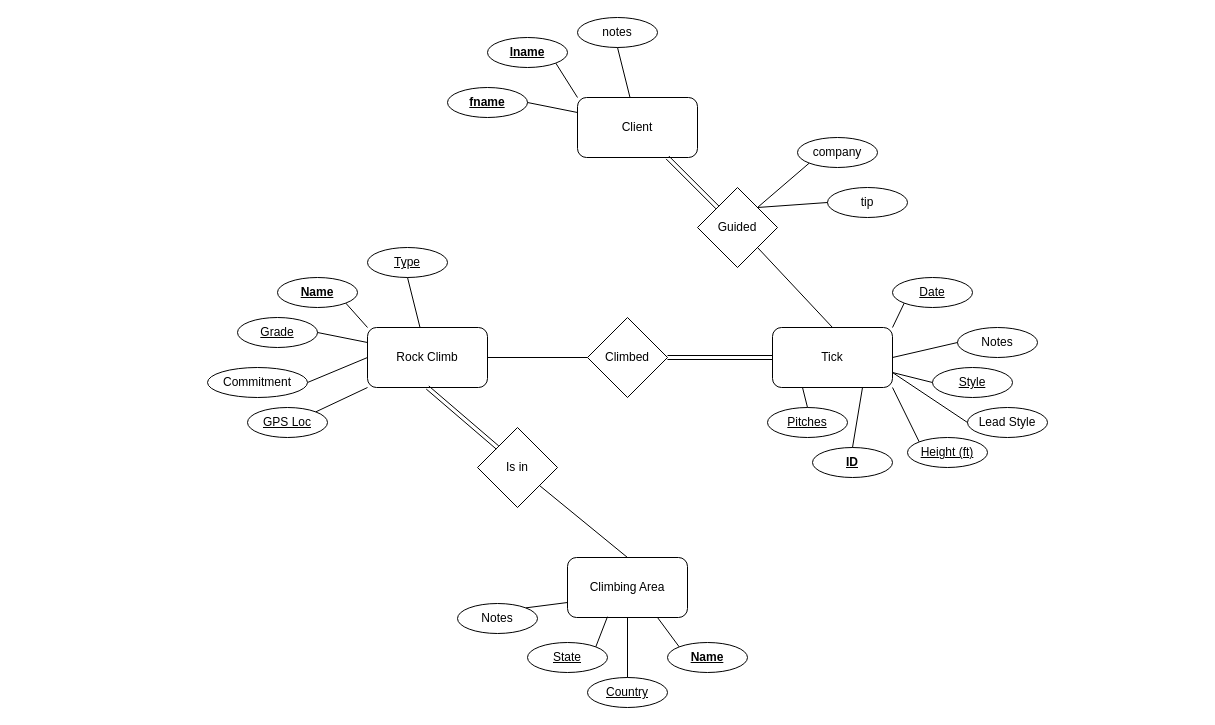
Above: ticks-db.drawio in achiquit/ticks-db (draw.io), before the change. Source tidied: cells renumbered, new cells numbered last; positions are measured from the earlier drawing's top-left corner, leaving out a move shared by most shapes. Both pictures are drawn from the tidied source at 100%, with x=0, y=0 at pixel (207, 17).
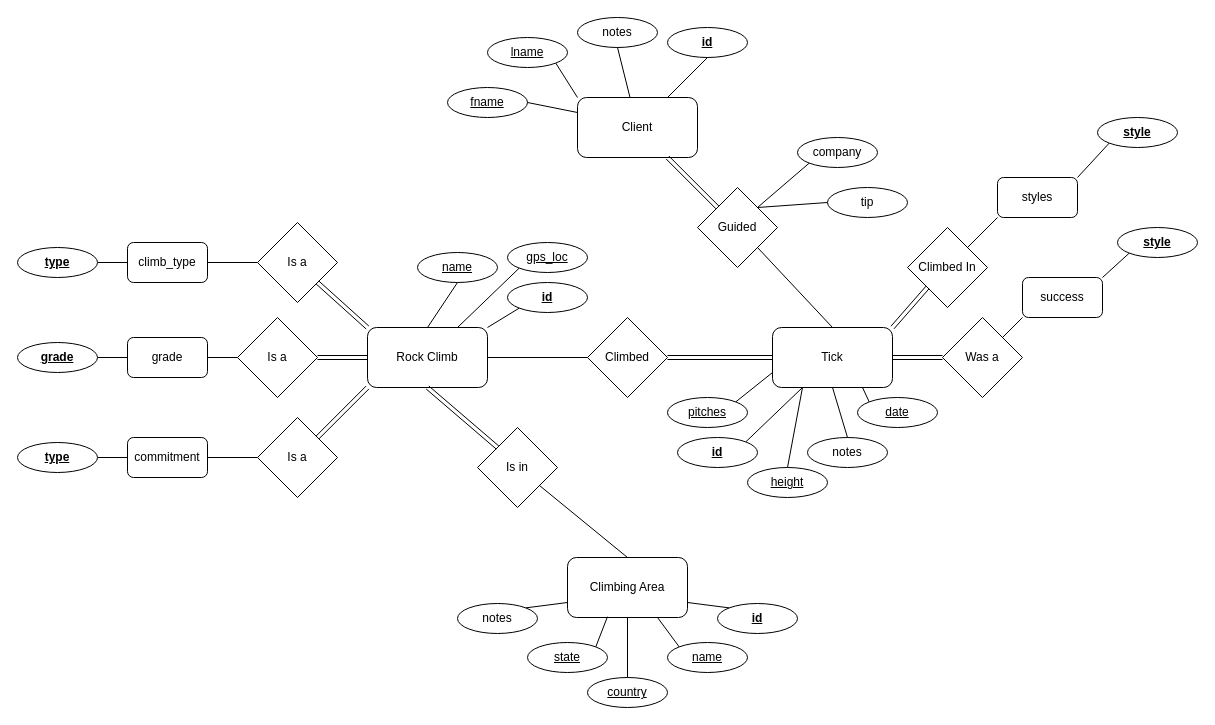
The same diagram, later.

Unchanged cells that the change refers to:
```xml
<mxCell id="2" value="Tick" style="rounded=1;whiteSpace=wrap;html=1;" parent="1" vertex="1">
  <mxGeometry x="565" y="310" width="120" height="60" as="geometry" />
</mxCell>
<mxCell id="3" value="Climbing Area" style="rounded=1;whiteSpace=wrap;html=1;" parent="1" vertex="1">
  <mxGeometry x="360" y="540" width="120" height="60" as="geometry" />
</mxCell>
<mxCell id="4" value="Rock Climb" style="rounded=1;whiteSpace=wrap;html=1;" parent="1" vertex="1">
  <mxGeometry x="160" y="310" width="120" height="60" as="geometry" />
</mxCell>
<mxCell id="29" value="Client" style="rounded=1;whiteSpace=wrap;html=1;" parent="1" vertex="1">
  <mxGeometry x="370" y="80" width="120" height="60" as="geometry" />
</mxCell>
```

The edit, as a diff of the source:
```diff
@@
-    <mxCell id="9" value="&lt;u style=&quot;&quot;&gt;Name&lt;/u&gt;" style="ellipse;whiteSpace=wrap;html=1;fontStyle=1;" parent="1" vertex="1">
-      <mxGeometry x="70" y="260" width="80" height="30" as="geometry" />
+    <mxCell id="9" value="&lt;u style=&quot;&quot;&gt;name&lt;/u&gt;" style="ellipse;whiteSpace=wrap;html=1;fontStyle=0;" parent="1" vertex="1">
+      <mxGeometry x="210" y="235" width="80" height="30" as="geometry" />
     </mxCell>
-    <mxCell id="10" value="&lt;u&gt;Grade&lt;/u&gt;" style="ellipse;whiteSpace=wrap;html=1;" parent="1" vertex="1">
-      <mxGeometry x="30" y="300" width="80" height="30" as="geometry" />
-    </mxCell>
-    <mxCell id="11" value="&lt;u&gt;Height (ft)&lt;/u&gt;" style="ellipse;whiteSpace=wrap;html=1;" parent="1" vertex="1">
-      <mxGeometry x="700" y="420" width="80" height="30" as="geometry" />
+    <mxCell id="11" value="&lt;u&gt;height&lt;/u&gt;" style="ellipse;whiteSpace=wrap;html=1;" parent="1" vertex="1">
+      <mxGeometry x="540" y="450" width="80" height="30" as="geometry" />
     </mxCell>
-    <mxCell id="12" value="&lt;u&gt;Type&lt;/u&gt;" style="ellipse;whiteSpace=wrap;html=1;" parent="1" vertex="1">
-      <mxGeometry x="160" y="230" width="80" height="30" as="geometry" />
-    </mxCell>
-    <mxCell id="13" value="&lt;u&gt;GPS Loc&lt;/u&gt;" style="ellipse;whiteSpace=wrap;html=1;" parent="1" vertex="1">
-      <mxGeometry x="40" y="390" width="80" height="30" as="geometry" />
+    <mxCell id="13" value="&lt;u&gt;gps_loc&lt;/u&gt;" style="ellipse;whiteSpace=wrap;html=1;" parent="1" vertex="1">
+      <mxGeometry x="300" y="225" width="80" height="30" as="geometry" />
     </mxCell>
-    <mxCell id="14" value="&lt;u&gt;State&lt;/u&gt;" style="ellipse;whiteSpace=wrap;html=1;" parent="1" vertex="1">
+    <mxCell id="14" value="&lt;u&gt;state&lt;/u&gt;" style="ellipse;whiteSpace=wrap;html=1;" parent="1" vertex="1">
       <mxGeometry x="320" y="625" width="80" height="30" as="geometry" />
     </mxCell>
-    <mxCell id="15" value="&lt;u&gt;Country&lt;/u&gt;" style="ellipse;whiteSpace=wrap;html=1;" parent="1" vertex="1">
+    <mxCell id="15" value="&lt;u&gt;country&lt;/u&gt;" style="ellipse;whiteSpace=wrap;html=1;" parent="1" vertex="1">
       <mxGeometry x="380" y="660" width="80" height="30" as="geometry" />
     </mxCell>
-    <mxCell id="16" value="&lt;u&gt;Date&lt;/u&gt;" style="ellipse;whiteSpace=wrap;html=1;" parent="1" vertex="1">
-      <mxGeometry x="685" y="260" width="80" height="30" as="geometry" />
+    <mxCell id="16" value="&lt;u&gt;date&lt;/u&gt;" style="ellipse;whiteSpace=wrap;html=1;" parent="1" vertex="1">
+      <mxGeometry x="650" y="380" width="80" height="30" as="geometry" />
     </mxCell>
-    <mxCell id="17" value="Notes" style="ellipse;whiteSpace=wrap;html=1;" parent="1" vertex="1">
-      <mxGeometry x="750" y="310" width="80" height="30" as="geometry" />
+    <mxCell id="17" value="notes" style="ellipse;whiteSpace=wrap;html=1;" parent="1" vertex="1">
+      <mxGeometry x="600" y="420" width="80" height="30" as="geometry" />
     </mxCell>
-    <mxCell id="18" value="Lead Style" style="ellipse;whiteSpace=wrap;html=1;" parent="1" vertex="1">
-      <mxGeometry x="760" y="390" width="80" height="30" as="geometry" />
-    </mxCell>
-    <mxCell id="19" style="endArrow=none;html=1;rounded=0;entryX=0.5;entryY=1;entryDx=0;entryDy=0;" parent="1" edge="1" source="4" target="12">
-      <mxGeometry relative="1" as="geometry" />
-    </mxCell>
@@
-    <mxCell id="22" style="endArrow=none;html=1;rounded=0;entryX=0;entryY=1;entryDx=0;entryDy=0;exitX=1;exitY=0;exitDx=0;exitDy=0;" parent="1" edge="1" source="13" target="4">
+    <mxCell id="22" style="endArrow=none;html=1;rounded=0;entryX=0.75;entryY=0;entryDx=0;entryDy=0;exitX=0;exitY=1;exitDx=0;exitDy=0;" parent="1" edge="1" source="13" target="4">
       <mxGeometry relative="1" as="geometry" />
     </mxCell>
-    <mxCell id="23" style="endArrow=none;html=1;rounded=0;entryX=0;entryY=0;entryDx=0;entryDy=0;exitX=1;exitY=1;exitDx=0;exitDy=0;" parent="1" edge="1" source="2" target="11">
+    <mxCell id="23" style="endArrow=none;html=1;rounded=0;entryX=0.5;entryY=0;entryDx=0;entryDy=0;exitX=0.25;exitY=1;exitDx=0;exitDy=0;" parent="1" edge="1" source="2" target="11">
       <mxGeometry relative="1" as="geometry" />
     </mxCell>
-    <mxCell id="24" style="endArrow=none;html=1;rounded=0;entryX=0;entryY=0.5;entryDx=0;entryDy=0;exitX=1;exitY=0.75;exitDx=0;exitDy=0;" parent="1" edge="1" source="2" target="18">
-      <mxGeometry relative="1" as="geometry" />
-    </mxCell>
-    <mxCell id="25" style="endArrow=none;html=1;rounded=0;entryX=0;entryY=0.5;entryDx=0;entryDy=0;exitX=1;exitY=0.5;exitDx=0;exitDy=0;" parent="1" edge="1" source="2" target="17">
+    <mxCell id="25" style="endArrow=none;html=1;rounded=0;entryX=0.5;entryY=0;entryDx=0;entryDy=0;exitX=0.5;exitY=1;exitDx=0;exitDy=0;" parent="1" edge="1" source="2" target="17">
       <mxGeometry relative="1" as="geometry" />
     </mxCell>
-    <mxCell id="26" style="endArrow=none;html=1;rounded=0;entryX=0;entryY=1;entryDx=0;entryDy=0;exitX=1;exitY=0;exitDx=0;exitDy=0;" parent="1" edge="1" source="2" target="16">
+    <mxCell id="26" style="endArrow=none;html=1;rounded=0;entryX=0;entryY=0;entryDx=0;entryDy=0;exitX=0.75;exitY=1;exitDx=0;exitDy=0;" parent="1" edge="1" source="2" target="16">
       <mxGeometry relative="1" as="geometry" />
     </mxCell>
-    <mxCell id="27" style="endArrow=none;html=1;rounded=0;entryX=1;entryY=0.5;entryDx=0;entryDy=0;exitX=0;exitY=0.25;exitDx=0;exitDy=0;" parent="1" edge="1" source="4" target="10">
-      <mxGeometry relative="1" as="geometry" />
-    </mxCell>
-    <mxCell id="28" style="endArrow=none;html=1;rounded=0;entryX=1;entryY=1;entryDx=0;entryDy=0;exitX=0;exitY=0;exitDx=0;exitDy=0;" parent="1" edge="1" source="4" target="9">
+    <mxCell id="28" style="endArrow=none;html=1;rounded=0;entryX=0.5;entryY=1;entryDx=0;entryDy=0;exitX=0.5;exitY=0;exitDx=0;exitDy=0;" parent="1" edge="1" source="4" target="9">
       <mxGeometry relative="1" as="geometry" />
     </mxCell>
@@
-    <mxCell id="31" value="&lt;u&gt;&lt;b&gt;lname&lt;/b&gt;&lt;/u&gt;" style="ellipse;whiteSpace=wrap;html=1;" parent="1" vertex="1">
+    <mxCell id="31" value="&lt;u&gt;&lt;span style=&quot;font-weight: normal;&quot;&gt;lname&lt;/span&gt;&lt;/u&gt;" style="ellipse;whiteSpace=wrap;html=1;fontStyle=1;" parent="1" vertex="1">
       <mxGeometry x="280" y="20" width="80" height="30" as="geometry" />
     </mxCell>
-    <mxCell id="32" value="&lt;u&gt;&lt;b&gt;fname&lt;/b&gt;&lt;/u&gt;" style="ellipse;whiteSpace=wrap;html=1;" parent="1" vertex="1">
+    <mxCell id="32" value="&lt;u&gt;fname&lt;/u&gt;" style="ellipse;whiteSpace=wrap;html=1;" parent="1" vertex="1">
       <mxGeometry x="240" y="70" width="80" height="30" as="geometry" />
     </mxCell>
@@
-    <mxCell id="45" style="endArrow=none;html=1;rounded=0;entryX=1;entryY=0.5;entryDx=0;entryDy=0;exitX=0;exitY=0.5;exitDx=0;exitDy=0;" parent="1" edge="1" source="4" target="46">
-      <mxGeometry relative="1" as="geometry" />
-    </mxCell>
-    <mxCell id="46" value="Commitment" style="ellipse;whiteSpace=wrap;html=1;" parent="1" vertex="1">
-      <mxGeometry y="350" width="100" height="30" as="geometry" />
-    </mxCell>
-    <mxCell id="47" value="&lt;b&gt;&lt;u&gt;Name&lt;/u&gt;&lt;/b&gt;" style="ellipse;whiteSpace=wrap;html=1;" parent="1" vertex="1">
+    <mxCell id="47" value="&lt;span style=&quot;font-weight: normal;&quot;&gt;&lt;u&gt;name&lt;/u&gt;&lt;/span&gt;" style="ellipse;whiteSpace=wrap;html=1;fontStyle=1;" parent="1" vertex="1">
       <mxGeometry x="460" y="625" width="80" height="30" as="geometry" />
     </mxCell>
@@
-    <mxCell id="49" value="&lt;u&gt;&lt;b&gt;ID&lt;/b&gt;&lt;/u&gt;" style="ellipse;whiteSpace=wrap;html=1;" parent="1" vertex="1">
-      <mxGeometry x="605" y="430" width="80" height="30" as="geometry" />
+    <mxCell id="49" value="&lt;u&gt;&lt;b&gt;id&lt;/b&gt;&lt;/u&gt;" style="ellipse;whiteSpace=wrap;html=1;" parent="1" vertex="1">
+      <mxGeometry x="470" y="420" width="80" height="30" as="geometry" />
     </mxCell>
-    <mxCell id="50" style="endArrow=none;html=1;rounded=0;entryX=0.5;entryY=0;entryDx=0;entryDy=0;exitX=0.75;exitY=1;exitDx=0;exitDy=0;" parent="1" edge="1" source="2" target="49">
+    <mxCell id="50" style="endArrow=none;html=1;rounded=0;entryX=1;entryY=0;entryDx=0;entryDy=0;exitX=0.25;exitY=1;exitDx=0;exitDy=0;" parent="1" edge="1" source="2" target="49">
       <mxGeometry relative="1" as="geometry" />
     </mxCell>
-    <mxCell id="51" value="&lt;u&gt;Pitches&lt;/u&gt;" style="ellipse;whiteSpace=wrap;html=1;" parent="1" vertex="1">
-      <mxGeometry x="560" y="390" width="80" height="30" as="geometry" />
+    <mxCell id="51" value="&lt;u&gt;pitches&lt;/u&gt;" style="ellipse;whiteSpace=wrap;html=1;" parent="1" vertex="1">
+      <mxGeometry x="460" y="380" width="80" height="30" as="geometry" />
     </mxCell>
-    <mxCell id="52" style="endArrow=none;html=1;rounded=0;entryX=0.5;entryY=0;entryDx=0;entryDy=0;exitX=0.25;exitY=1;exitDx=0;exitDy=0;" parent="1" edge="1" source="2" target="51">
+    <mxCell id="52" style="endArrow=none;html=1;rounded=0;entryX=1;entryY=0;entryDx=0;entryDy=0;exitX=0;exitY=0.75;exitDx=0;exitDy=0;" parent="1" edge="1" source="2" target="51">
       <mxGeometry relative="1" as="geometry" />
     </mxCell>
-    <mxCell id="53" value="&lt;u&gt;Style&lt;/u&gt;" style="ellipse;whiteSpace=wrap;html=1;" parent="1" vertex="1">
-      <mxGeometry x="725" y="350" width="80" height="30" as="geometry" />
-    </mxCell>
-    <mxCell id="54" style="endArrow=none;html=1;rounded=0;entryX=0;entryY=0.5;entryDx=0;entryDy=0;exitX=1;exitY=0.75;exitDx=0;exitDy=0;" parent="1" edge="1" source="2" target="53">
-      <mxGeometry relative="1" as="geometry" />
-    </mxCell>
-    <mxCell id="55" value="Notes" style="ellipse;whiteSpace=wrap;html=1;" parent="1" vertex="1">
+    <mxCell id="55" value="notes" style="ellipse;whiteSpace=wrap;html=1;" parent="1" vertex="1">
       <mxGeometry x="250" y="586" width="80" height="30" as="geometry" />
     </mxCell>
@@
+    <mxCell id="57" value="&lt;b style=&quot;&quot;&gt;&lt;u&gt;id&lt;/u&gt;&lt;/b&gt;" style="ellipse;whiteSpace=wrap;html=1;" parent="1" vertex="1">
+      <mxGeometry x="460" y="10" width="80" height="30" as="geometry" />
+    </mxCell>
+    <mxCell id="58" style="endArrow=none;html=1;rounded=0;entryX=0.5;entryY=1;entryDx=0;entryDy=0;exitX=0.75;exitY=0;exitDx=0;exitDy=0;" parent="1" edge="1" source="29" target="57">
+      <mxGeometry relative="1" as="geometry" />
+    </mxCell>
+    <mxCell id="59" value="&lt;b&gt;&lt;u&gt;id&lt;/u&gt;&lt;/b&gt;" style="ellipse;whiteSpace=wrap;html=1;" parent="1" vertex="1">
+      <mxGeometry x="300" y="265" width="80" height="30" as="geometry" />
+    </mxCell>
+    <mxCell id="60" style="endArrow=none;html=1;rounded=0;entryX=0;entryY=1;entryDx=0;entryDy=0;exitX=1;exitY=0;exitDx=0;exitDy=0;" parent="1" edge="1" source="4" target="59">
+      <mxGeometry relative="1" as="geometry" />
+    </mxCell>
+    <mxCell id="61" value="&lt;u style=&quot;&quot;&gt;id&lt;/u&gt;" style="ellipse;whiteSpace=wrap;html=1;fontStyle=1;" parent="1" vertex="1">
+      <mxGeometry x="510" y="586" width="80" height="30" as="geometry" />
+    </mxCell>
+    <mxCell id="62" style="endArrow=none;html=1;rounded=0;entryX=0;entryY=0;entryDx=0;entryDy=0;exitX=1;exitY=0.75;exitDx=0;exitDy=0;" parent="1" edge="1" source="3" target="61">
+      <mxGeometry relative="1" as="geometry" />
+    </mxCell>
+    <mxCell id="63" value="Climbed In" style="rhombus;whiteSpace=wrap;html=1;" parent="1" vertex="1">
+      <mxGeometry x="700" y="210" width="80" height="80" as="geometry" />
+    </mxCell>
+    <mxCell id="64" style="shape=link;html=1;rounded=0;entryX=1;entryY=0;entryDx=0;entryDy=0;exitX=0;exitY=1;exitDx=0;exitDy=0;" parent="1" edge="1" source="63" target="2">
+      <mxGeometry relative="1" as="geometry" />
+    </mxCell>
+    <mxCell id="65" value="styles" style="rounded=1;whiteSpace=wrap;html=1;" parent="1" vertex="1">
+      <mxGeometry x="790" y="160" width="80" height="40" as="geometry" />
+    </mxCell>
+    <mxCell id="66" style="endArrow=none;html=1;rounded=0;exitX=1;exitY=0;exitDx=0;exitDy=0;entryX=0;entryY=1;entryDx=0;entryDy=0;" parent="1" edge="1" source="63" target="65">
+      <mxGeometry relative="1" as="geometry" />
+    </mxCell>
+    <mxCell id="67" value="&lt;b&gt;&lt;u&gt;style&lt;/u&gt;&lt;/b&gt;" style="ellipse;whiteSpace=wrap;html=1;" parent="1" vertex="1">
+      <mxGeometry x="890" y="100" width="80" height="30" as="geometry" />
+    </mxCell>
+    <mxCell id="68" style="endArrow=none;html=1;rounded=0;entryX=0;entryY=1;entryDx=0;entryDy=0;exitX=0.75;exitY=0;exitDx=0;exitDy=0;" parent="1" edge="1" target="67">
+      <mxGeometry relative="1" as="geometry">
+        <mxPoint x="870" y="160" as="sourcePoint" />
+      </mxGeometry>
+    </mxCell>
+    <mxCell id="69" value="Was a" style="rhombus;whiteSpace=wrap;html=1;" parent="1" vertex="1">
+      <mxGeometry x="735" y="300" width="80" height="80" as="geometry" />
+    </mxCell>
+    <mxCell id="70" style="shape=link;html=1;rounded=0;entryX=1;entryY=0.5;entryDx=0;entryDy=0;exitX=0;exitY=0.5;exitDx=0;exitDy=0;" parent="1" edge="1" source="69" target="2">
+      <mxGeometry relative="1" as="geometry" />
+    </mxCell>
+    <mxCell id="71" value="success" style="rounded=1;whiteSpace=wrap;html=1;" parent="1" vertex="1">
+      <mxGeometry x="815" y="260" width="80" height="40" as="geometry" />
+    </mxCell>
+    <mxCell id="72" style="endArrow=none;html=1;rounded=0;exitX=1;exitY=0;exitDx=0;exitDy=0;entryX=0;entryY=1;entryDx=0;entryDy=0;" parent="1" edge="1" source="69" target="71">
+      <mxGeometry relative="1" as="geometry" />
+    </mxCell>
+    <mxCell id="73" value="&lt;b&gt;&lt;u&gt;style&lt;/u&gt;&lt;/b&gt;" style="ellipse;whiteSpace=wrap;html=1;" parent="1" vertex="1">
+      <mxGeometry x="910" y="210" width="80" height="30" as="geometry" />
+    </mxCell>
+    <mxCell id="74" style="endArrow=none;html=1;rounded=0;entryX=0;entryY=1;entryDx=0;entryDy=0;exitX=1;exitY=0;exitDx=0;exitDy=0;" parent="1" edge="1" source="71" target="73">
+      <mxGeometry relative="1" as="geometry" />
+    </mxCell>
+    <mxCell id="75" value="Is a" style="rhombus;whiteSpace=wrap;html=1;" parent="1" vertex="1">
+      <mxGeometry x="30" y="300" width="80" height="80" as="geometry" />
+    </mxCell>
+    <mxCell id="76" style="shape=link;html=1;rounded=0;exitX=1;exitY=0.5;exitDx=0;exitDy=0;entryX=0;entryY=0.5;entryDx=0;entryDy=0;" parent="1" edge="1" source="75" target="4">
+      <mxGeometry relative="1" as="geometry" />
+    </mxCell>
+    <mxCell id="77" value="grade" style="rounded=1;whiteSpace=wrap;html=1;" parent="1" vertex="1">
+      <mxGeometry x="-80" y="320" width="80" height="40" as="geometry" />
+    </mxCell>
+    <mxCell id="78" style="endArrow=none;html=1;rounded=0;entryX=1;entryY=0.5;entryDx=0;entryDy=0;exitX=0;exitY=0.5;exitDx=0;exitDy=0;" parent="1" edge="1" source="77" target="80">
+      <mxGeometry relative="1" as="geometry" />
+    </mxCell>
+    <mxCell id="79" style="endArrow=none;html=1;rounded=0;entryX=1;entryY=0.5;entryDx=0;entryDy=0;exitX=0;exitY=0.5;exitDx=0;exitDy=0;" parent="1" edge="1" source="75" target="77">
+      <mxGeometry relative="1" as="geometry" />
+    </mxCell>
+    <mxCell id="80" value="&lt;u&gt;&lt;b&gt;grade&lt;/b&gt;&lt;/u&gt;" style="ellipse;whiteSpace=wrap;html=1;" parent="1" vertex="1">
+      <mxGeometry x="-190" y="325" width="80" height="30" as="geometry" />
+    </mxCell>
+    <mxCell id="81" value="Is a" style="rhombus;whiteSpace=wrap;html=1;" parent="1" vertex="1">
+      <mxGeometry x="50" y="400" width="80" height="80" as="geometry" />
+    </mxCell>
+    <mxCell id="82" style="shape=link;html=1;rounded=0;exitX=0;exitY=1;exitDx=0;exitDy=0;entryX=1;entryY=0;entryDx=0;entryDy=0;" parent="1" edge="1" source="4" target="81">
+      <mxGeometry relative="1" as="geometry" />
+    </mxCell>
+    <mxCell id="83" value="commitment" style="rounded=1;whiteSpace=wrap;html=1;" parent="1" vertex="1">
+      <mxGeometry x="-80" y="420" width="80" height="40" as="geometry" />
+    </mxCell>
+    <mxCell id="84" style="endArrow=none;html=1;rounded=0;entryX=1;entryY=0.5;entryDx=0;entryDy=0;exitX=0;exitY=0.5;exitDx=0;exitDy=0;" parent="1" edge="1" source="83" target="86">
+      <mxGeometry relative="1" as="geometry" />
+    </mxCell>
+    <mxCell id="85" style="endArrow=none;html=1;rounded=0;entryX=1;entryY=0.5;entryDx=0;entryDy=0;exitX=0;exitY=0.5;exitDx=0;exitDy=0;" parent="1" edge="1" source="81" target="83">
+      <mxGeometry relative="1" as="geometry" />
+    </mxCell>
+    <mxCell id="86" value="&lt;u&gt;&lt;b&gt;type&lt;/b&gt;&lt;/u&gt;" style="ellipse;whiteSpace=wrap;html=1;" parent="1" vertex="1">
+      <mxGeometry x="-190" y="425" width="80" height="30" as="geometry" />
+    </mxCell>
+    <mxCell id="87" value="Is a" style="rhombus;whiteSpace=wrap;html=1;" parent="1" vertex="1">
+      <mxGeometry x="50" y="205" width="80" height="80" as="geometry" />
+    </mxCell>
+    <mxCell id="88" value="climb_type" style="rounded=1;whiteSpace=wrap;html=1;" parent="1" vertex="1">
+      <mxGeometry x="-80" y="225" width="80" height="40" as="geometry" />
+    </mxCell>
+    <mxCell id="89" style="endArrow=none;html=1;rounded=0;entryX=1;entryY=0.5;entryDx=0;entryDy=0;exitX=0;exitY=0.5;exitDx=0;exitDy=0;" parent="1" edge="1" source="88" target="91">
+      <mxGeometry relative="1" as="geometry" />
+    </mxCell>
+    <mxCell id="90" style="endArrow=none;html=1;rounded=0;entryX=1;entryY=0.5;entryDx=0;entryDy=0;exitX=0;exitY=0.5;exitDx=0;exitDy=0;" parent="1" edge="1" source="87" target="88">
+      <mxGeometry relative="1" as="geometry" />
+    </mxCell>
+    <mxCell id="91" value="&lt;u&gt;&lt;b&gt;type&lt;/b&gt;&lt;/u&gt;" style="ellipse;whiteSpace=wrap;html=1;" parent="1" vertex="1">
+      <mxGeometry x="-190" y="230" width="80" height="30" as="geometry" />
+    </mxCell>
+    <mxCell id="92" style="shape=link;html=1;rounded=0;exitX=1;exitY=1;exitDx=0;exitDy=0;entryX=0;entryY=0;entryDx=0;entryDy=0;" parent="1" edge="1" source="87" target="4">
+      <mxGeometry relative="1" as="geometry" />
+    </mxCell>
```
